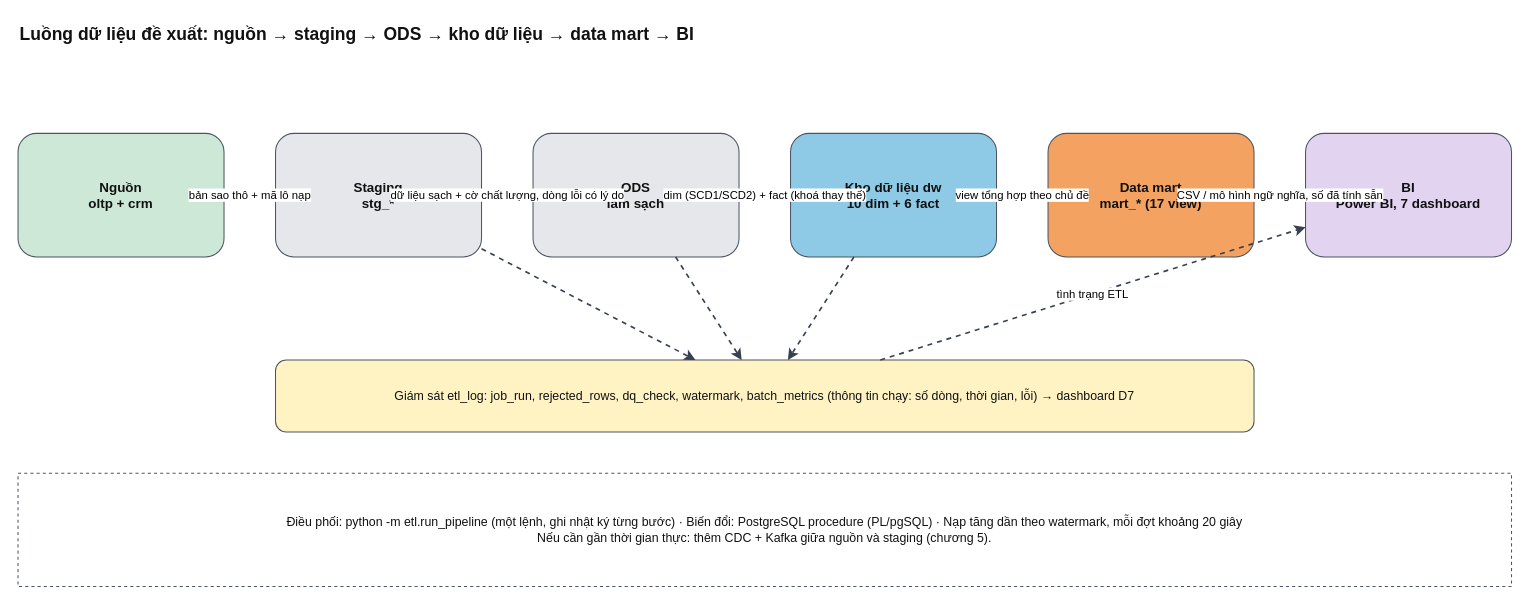
Earlier version of the draw.io diagram docs/diagrams/data-flow-de-xuat.drawio (ThanhPhu01653/olist-dwbi). Source tidied: cells renumbered, new cells numbered last; positions are measured from the earlier drawing's top-left corner, leaving out a move shared by most shapes. Both pictures are drawn from the tidied source at 103%, with x=0, y=0 at pixel (18, 18).
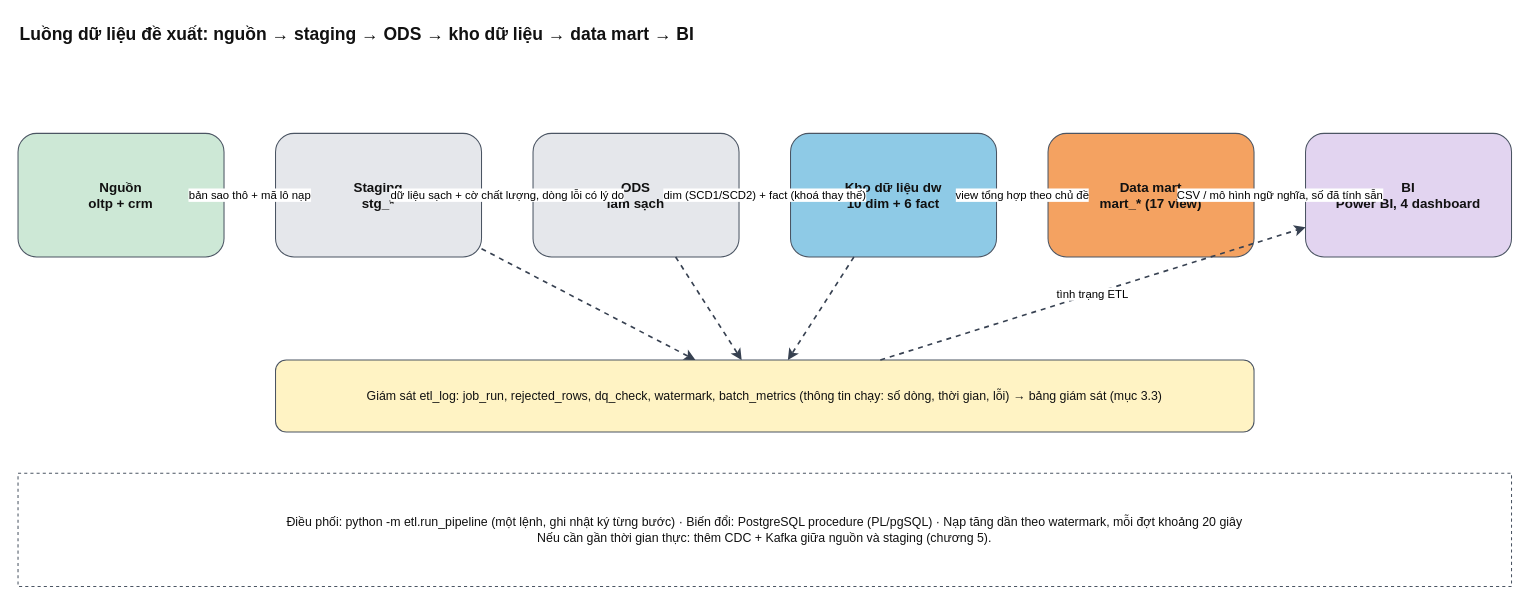
The same page after the edit.

Diff of the diagram source:
```diff
@@
 <mxGraphModel>
   <root>
     <mxCell id="0" />
     <mxCell id="1" parent="0" />
     <mxCell id="2" value="Luồng dữ liệu đề xuất: nguồn → staging → ODS → kho dữ liệu → data mart → BI" style="text;html=1;whiteSpace=wrap;verticalAlign=middle;align=left;fontSize=17;fontColor=#111111;fontStyle=1;" parent="1" vertex="1">
       <mxGeometry width="1450" height="34" as="geometry" />
     </mxCell>
     <mxCell id="3" value="Nguồn&#10;oltp + crm" style="rounded=1;whiteSpace=wrap;html=1;fillColor=#CDE8D6;strokeColor=#4B5563;fontSize=13;fontColor=#111111;fontStyle=1;" parent="1" vertex="1">
       <mxGeometry y="112" width="200" height="120" as="geometry" />
     </mxCell>
     <mxCell id="4" value="Staging&#10;stg_*" style="rounded=1;whiteSpace=wrap;html=1;fillColor=#E5E7EB;strokeColor=#4B5563;fontSize=13;fontColor=#111111;fontStyle=1;" parent="1" vertex="1">
       <mxGeometry x="250" y="112" width="200" height="120" as="geometry" />
     </mxCell>
     <mxCell id="5" value="ODS&#10;làm sạch" style="rounded=1;whiteSpace=wrap;html=1;fillColor=#E5E7EB;strokeColor=#4B5563;fontSize=13;fontColor=#111111;fontStyle=1;" parent="1" vertex="1">
       <mxGeometry x="500" y="112" width="200" height="120" as="geometry" />
     </mxCell>
     <mxCell id="6" value="Kho dữ liệu dw&#10;10 dim + 6 fact" style="rounded=1;whiteSpace=wrap;html=1;fillColor=#8ECAE6;strokeColor=#4B5563;fontSize=13;fontColor=#111111;fontStyle=1;" parent="1" vertex="1">
       <mxGeometry x="750" y="112" width="200" height="120" as="geometry" />
     </mxCell>
     <mxCell id="7" value="Data mart&#10;mart_* (17 view)" style="rounded=1;whiteSpace=wrap;html=1;fillColor=#F4A261;strokeColor=#4B5563;fontSize=13;fontColor=#111111;fontStyle=1;" parent="1" vertex="1">
       <mxGeometry x="1000" y="112" width="200" height="120" as="geometry" />
     </mxCell>
-    <mxCell id="8" value="BI&#10;Power BI, 7 dashboard" style="rounded=1;whiteSpace=wrap;html=1;fillColor=#E2D4F0;strokeColor=#4B5563;fontSize=13;fontColor=#111111;fontStyle=1;" parent="1" vertex="1">
+    <mxCell id="8" value="BI&#10;Power BI, 4 dashboard" style="rounded=1;whiteSpace=wrap;html=1;fillColor=#E2D4F0;strokeColor=#4B5563;fontSize=13;fontColor=#111111;fontStyle=1;" parent="1" vertex="1">
       <mxGeometry x="1250" y="112" width="200" height="120" as="geometry" />
     </mxCell>
     <mxCell id="9" value="bản sao thô + mã lô nạp" style="endArrow=classic;html=1;rounded=0;strokeColor=#374151;strokeWidth=1.6;" parent="1" edge="1" source="3" target="4">
       <mxGeometry relative="1" as="geometry" />
     </mxCell>
     <mxCell id="10" value="dữ liệu sạch + cờ chất lượng, dòng lỗi có lý do" style="endArrow=classic;html=1;rounded=0;strokeColor=#374151;strokeWidth=1.6;" parent="1" edge="1" source="4" target="5">
       <mxGeometry relative="1" as="geometry" />
     </mxCell>
     <mxCell id="11" value="dim (SCD1/SCD2) + fact (khoá thay thế)" style="endArrow=classic;html=1;rounded=0;strokeColor=#374151;strokeWidth=1.6;" parent="1" edge="1" source="5" target="6">
       <mxGeometry relative="1" as="geometry" />
     </mxCell>
     <mxCell id="12" value="view tổng hợp theo chủ đề" style="endArrow=classic;html=1;rounded=0;strokeColor=#374151;strokeWidth=1.6;" parent="1" edge="1" source="6" target="7">
       <mxGeometry relative="1" as="geometry" />
     </mxCell>
     <mxCell id="13" value="CSV / mô hình ngữ nghĩa, số đã tính sẵn" style="endArrow=classic;html=1;rounded=0;strokeColor=#374151;strokeWidth=1.6;" parent="1" edge="1" source="7" target="8">
       <mxGeometry relative="1" as="geometry" />
     </mxCell>
-    <mxCell id="14" value="Giám sát etl_log: job_run, rejected_rows, dq_check, watermark, batch_metrics (thông tin chạy: số dòng, thời gian, lỗi) → dashboard D7" style="rounded=1;whiteSpace=wrap;html=1;fillColor=#FFF3C4;strokeColor=#4B5563;fontSize=12;fontColor=#111111;" parent="1" vertex="1">
+    <mxCell id="14" value="Giám sát etl_log: job_run, rejected_rows, dq_check, watermark, batch_metrics (thông tin chạy: số dòng, thời gian, lỗi) → bảng giám sát (mục 3.3)" style="rounded=1;whiteSpace=wrap;html=1;fillColor=#FFF3C4;strokeColor=#4B5563;fontSize=12;fontColor=#111111;" parent="1" vertex="1">
       <mxGeometry x="250" y="332" width="950" height="70" as="geometry" />
     </mxCell>
     <mxCell id="15" style="endArrow=classic;html=1;rounded=0;strokeColor=#374151;strokeWidth=1.6;dashed=1;" parent="1" edge="1" source="4" target="14">
       <mxGeometry relative="1" as="geometry" />
     </mxCell>
     <mxCell id="16" style="endArrow=classic;html=1;rounded=0;strokeColor=#374151;strokeWidth=1.6;dashed=1;" parent="1" edge="1" source="5" target="14">
       <mxGeometry relative="1" as="geometry" />
     </mxCell>
     <mxCell id="17" style="endArrow=classic;html=1;rounded=0;strokeColor=#374151;strokeWidth=1.6;dashed=1;" parent="1" edge="1" source="6" target="14">
       <mxGeometry relative="1" as="geometry" />
     </mxCell>
     <mxCell id="18" value="tình trạng ETL" style="endArrow=classic;html=1;rounded=0;strokeColor=#374151;strokeWidth=1.6;dashed=1;" parent="1" edge="1" source="14" target="8">
       <mxGeometry relative="1" as="geometry" />
     </mxCell>
     <mxCell id="19" value="Điều phối: python -m etl.run_pipeline (một lệnh, ghi nhật ký từng bước) · Biến đổi: PostgreSQL procedure (PL/pgSQL) · Nạp tăng dần theo watermark, mỗi đợt khoảng 20 giây&#10;Nếu cần gần thời gian thực: thêm CDC + Kafka giữa nguồn và staging (chương 5)." style="rounded=0;whiteSpace=wrap;html=1;dashed=1;fillColor=#FFFFFF;strokeColor=#4B5563;fontSize=12;fontColor=#111111;" parent="1" vertex="1">
       <mxGeometry y="442" width="1450" height="110" as="geometry" />
     </mxCell>
   </root>
 </mxGraphModel>
```
